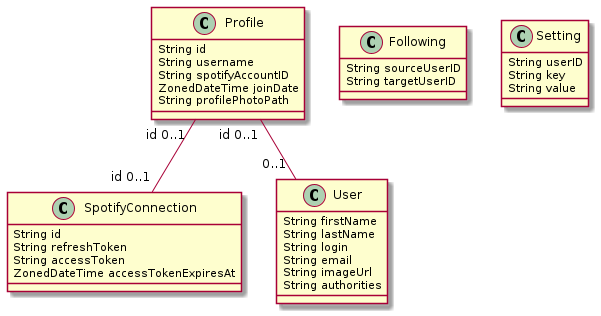
Before: jdl/profile.png, a diagram exported from PlantUML (indexss/Backseat).
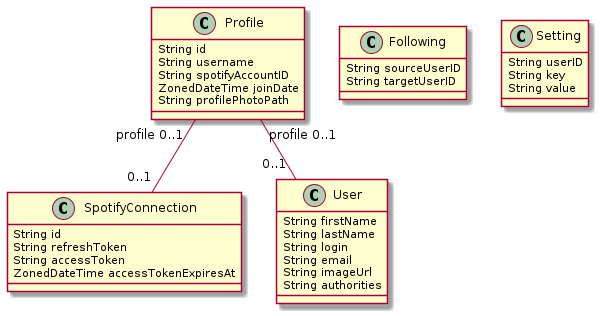
The same file after the commit.

The edit, as a diff of the source:
```diff
@@ -22,8 +22,8 @@
 		String key
 		String value
 	}
-	Profile  "id 0..1 " -- "0..1 "  User
-	Profile  "id 0..1 " -- "id 0..1 "  SpotifyConnection
+	Profile  "profile 0..1 " -- "0..1 "  User
+	Profile  "profile 0..1 " -- "0..1 "  SpotifyConnection
 	class User  {
 		String firstName
 		String lastName
```
